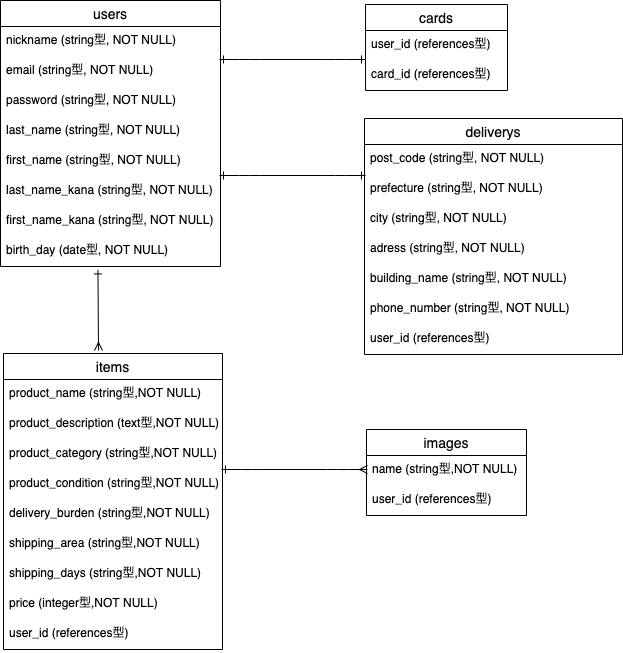
This is furima.drawio.png from kimurasouichi/furima-35237, a draw.io export, as it was before one commit. Source tidied: cells renumbered, new cells last; positions are measured from the earlier drawing's top-left corner, leaving out a move shared by most shapes.
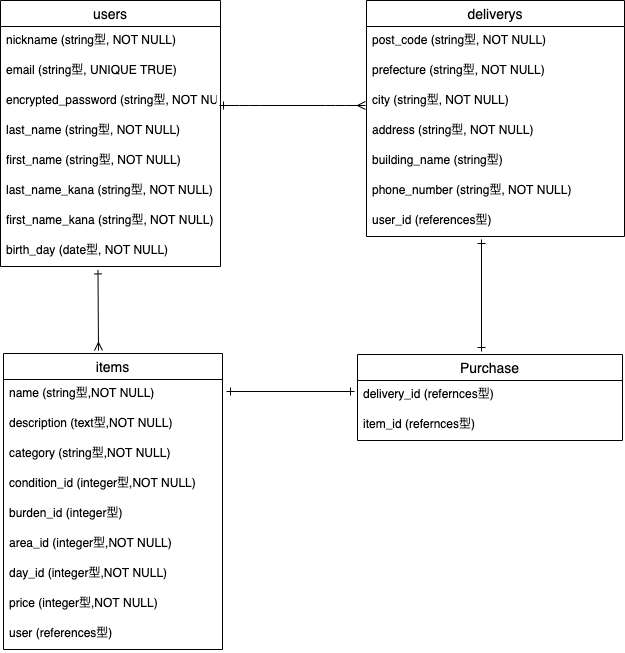
The same diagram one commit later.

Commit message:
レビューの修正

Diff of the diagram source:
```diff
@@ -8,10 +8,10 @@
     <mxCell id="3" value="nickname (string型, NOT NULL)" style="text;strokeColor=none;fillColor=none;spacingLeft=4;spacingRight=4;overflow=hidden;fontSize=12;" parent="2" vertex="1">
       <mxGeometry y="26" width="220" height="30" as="geometry" />
     </mxCell>
-    <mxCell id="4" value="email (string型, NOT NULL)" style="text;strokeColor=none;fillColor=none;spacingLeft=4;spacingRight=4;overflow=hidden;fontSize=12;" parent="2" vertex="1">
+    <mxCell id="4" value="email (string型, UNIQUE TRUE)" style="text;strokeColor=none;fillColor=none;spacingLeft=4;spacingRight=4;overflow=hidden;fontSize=12;" parent="2" vertex="1">
       <mxGeometry y="56" width="220" height="30" as="geometry" />
     </mxCell>
-    <mxCell id="5" value="password (string型, NOT NULL)" style="text;strokeColor=none;fillColor=none;spacingLeft=4;spacingRight=4;overflow=hidden;fontSize=12;" parent="2" vertex="1">
+    <mxCell id="5" value="encrypted_password (string型, NOT NULL)" style="text;strokeColor=none;fillColor=none;spacingLeft=4;spacingRight=4;overflow=hidden;fontSize=12;" parent="2" vertex="1">
       <mxGeometry y="86" width="220" height="30" as="geometry" />
     </mxCell>
     <mxCell id="6" value="last_name (string型, NOT NULL)" style="text;strokeColor=none;fillColor=none;spacingLeft=4;spacingRight=4;overflow=hidden;fontSize=12;" parent="2" vertex="1">
@@ -32,44 +32,35 @@
     <mxCell id="11" value="items" style="swimlane;fontStyle=0;horizontal=1;startSize=26;align=center;fontSize=14;fillColor=none;gradientColor=none;" parent="1" vertex="1">
       <mxGeometry x="3" y="353" width="219" height="296" as="geometry" />
     </mxCell>
-    <mxCell id="12" value="product_name (string型,NOT NULL)" style="text;strokeColor=none;fillColor=none;spacingLeft=4;spacingRight=4;overflow=hidden;fontSize=12;" parent="11" vertex="1">
+    <mxCell id="12" value="name (string型,NOT NULL)" style="text;strokeColor=none;fillColor=none;spacingLeft=4;spacingRight=4;overflow=hidden;fontSize=12;" parent="11" vertex="1">
       <mxGeometry y="26" width="219" height="30" as="geometry" />
     </mxCell>
-    <mxCell id="13" value="product_description (text型,NOT NULL) " style="text;strokeColor=none;fillColor=none;spacingLeft=4;spacingRight=4;overflow=hidden;fontSize=12;" parent="11" vertex="1">
+    <mxCell id="13" value="description (text型,NOT NULL) " style="text;strokeColor=none;fillColor=none;spacingLeft=4;spacingRight=4;overflow=hidden;fontSize=12;" parent="11" vertex="1">
       <mxGeometry y="56" width="219" height="30" as="geometry" />
     </mxCell>
-    <mxCell id="14" value="product_category (string型,NOT NULL)" style="text;strokeColor=none;fillColor=none;spacingLeft=4;spacingRight=4;overflow=hidden;fontSize=12;" parent="11" vertex="1">
+    <mxCell id="14" value="category (string型,NOT NULL)" style="text;strokeColor=none;fillColor=none;spacingLeft=4;spacingRight=4;overflow=hidden;fontSize=12;" parent="11" vertex="1">
       <mxGeometry y="86" width="219" height="30" as="geometry" />
     </mxCell>
-    <mxCell id="15" value="product_condition (string型,NOT NULL)" style="text;strokeColor=none;fillColor=none;spacingLeft=4;spacingRight=4;overflow=hidden;fontSize=12;" parent="11" vertex="1">
+    <mxCell id="15" value="condition_id (integer型,NOT NULL)" style="text;strokeColor=none;fillColor=none;spacingLeft=4;spacingRight=4;overflow=hidden;fontSize=12;" parent="11" vertex="1">
       <mxGeometry y="116" width="219" height="30" as="geometry" />
     </mxCell>
-    <mxCell id="16" value="delivery_burden (string型,NOT NULL)" style="text;strokeColor=none;fillColor=none;spacingLeft=4;spacingRight=4;overflow=hidden;fontSize=12;" parent="11" vertex="1">
+    <mxCell id="16" value="burden_id (integer型)" style="text;strokeColor=none;fillColor=none;spacingLeft=4;spacingRight=4;overflow=hidden;fontSize=12;" parent="11" vertex="1">
       <mxGeometry y="146" width="219" height="30" as="geometry" />
     </mxCell>
-    <mxCell id="17" value="shipping_area (string型,NOT NULL)" style="text;strokeColor=none;fillColor=none;spacingLeft=4;spacingRight=4;overflow=hidden;fontSize=12;" parent="11" vertex="1">
+    <mxCell id="17" value="area_id (integer型,NOT NULL)" style="text;strokeColor=none;fillColor=none;spacingLeft=4;spacingRight=4;overflow=hidden;fontSize=12;" parent="11" vertex="1">
       <mxGeometry y="176" width="219" height="30" as="geometry" />
     </mxCell>
-    <mxCell id="18" value="shipping_days (string型,NOT NULL)" style="text;strokeColor=none;fillColor=none;spacingLeft=4;spacingRight=4;overflow=hidden;fontSize=12;" parent="11" vertex="1">
+    <mxCell id="18" value="day_id (integer型,NOT NULL)" style="text;strokeColor=none;fillColor=none;spacingLeft=4;spacingRight=4;overflow=hidden;fontSize=12;" parent="11" vertex="1">
       <mxGeometry y="206" width="219" height="30" as="geometry" />
     </mxCell>
     <mxCell id="19" value="price (integer型,NOT NULL)" style="text;strokeColor=none;fillColor=none;spacingLeft=4;spacingRight=4;overflow=hidden;fontSize=12;" parent="11" vertex="1">
       <mxGeometry y="236" width="219" height="30" as="geometry" />
     </mxCell>
-    <mxCell id="20" value="user_id (references型)" style="text;strokeColor=none;fillColor=none;spacingLeft=4;spacingRight=4;overflow=hidden;fontSize=12;" parent="11" vertex="1">
+    <mxCell id="20" value="user (references型)" style="text;strokeColor=none;fillColor=none;spacingLeft=4;spacingRight=4;overflow=hidden;fontSize=12;" parent="11" vertex="1">
       <mxGeometry y="266" width="219" height="30" as="geometry" />
     </mxCell>
-    <mxCell id="21" value="cards" style="swimlane;fontStyle=0;horizontal=1;startSize=26;align=center;fontSize=14;" parent="1" vertex="1">
-      <mxGeometry x="365" y="4" width="142" height="86" as="geometry" />
-    </mxCell>
-    <mxCell id="22" value="user_id (references型)" style="text;strokeColor=none;fillColor=none;spacingLeft=4;spacingRight=4;overflow=hidden;fontSize=12;" parent="21" vertex="1">
-      <mxGeometry y="26" width="142" height="30" as="geometry" />
-    </mxCell>
-    <mxCell id="23" value="card_id (references型)" style="text;strokeColor=none;fillColor=none;spacingLeft=4;spacingRight=4;overflow=hidden;fontSize=12;" parent="21" vertex="1">
-      <mxGeometry y="56" width="142" height="30" as="geometry" />
-    </mxCell>
     <mxCell id="24" value="deliverys" style="swimlane;fontStyle=0;horizontal=1;startSize=26;align=center;fontSize=14;" parent="1" vertex="1">
-      <mxGeometry x="364" y="118" width="258" height="236" as="geometry" />
+      <mxGeometry x="366" width="258" height="236" as="geometry" />
     </mxCell>
     <mxCell id="25" value="post_code (string型, NOT NULL)" style="text;strokeColor=none;fillColor=none;spacingLeft=4;spacingRight=4;overflow=hidden;fontSize=12;" parent="24" vertex="1">
       <mxGeometry y="26" width="258" height="30" as="geometry" />
@@ -80,10 +71,10 @@
     <mxCell id="27" value="city (string型, NOT NULL)" style="text;strokeColor=none;fillColor=none;spacingLeft=4;spacingRight=4;overflow=hidden;fontSize=12;" parent="24" vertex="1">
       <mxGeometry y="86" width="258" height="30" as="geometry" />
     </mxCell>
-    <mxCell id="28" value="adress (string型, NOT NULL)" style="text;strokeColor=none;fillColor=none;spacingLeft=4;spacingRight=4;overflow=hidden;fontSize=12;" parent="24" vertex="1">
+    <mxCell id="28" value="address (string型, NOT NULL)" style="text;strokeColor=none;fillColor=none;spacingLeft=4;spacingRight=4;overflow=hidden;fontSize=12;" parent="24" vertex="1">
       <mxGeometry y="116" width="258" height="30" as="geometry" />
     </mxCell>
-    <mxCell id="29" value="building_name (string型, NOT NULL)" style="text;strokeColor=none;fillColor=none;spacingLeft=4;spacingRight=4;overflow=hidden;fontSize=12;" parent="24" vertex="1">
+    <mxCell id="29" value="building_name (string型)" style="text;strokeColor=none;fillColor=none;spacingLeft=4;spacingRight=4;overflow=hidden;fontSize=12;" parent="24" vertex="1">
       <mxGeometry y="146" width="258" height="30" as="geometry" />
     </mxCell>
     <mxCell id="30" value="phone_number (string型, NOT NULL)" style="text;strokeColor=none;fillColor=none;spacingLeft=4;spacingRight=4;overflow=hidden;fontSize=12;" parent="24" vertex="1">
@@ -92,16 +83,10 @@
     <mxCell id="31" value="user_id (references型)" style="text;strokeColor=none;fillColor=none;spacingLeft=4;spacingRight=4;overflow=hidden;fontSize=12;" parent="24" vertex="1">
       <mxGeometry y="206" width="258" height="30" as="geometry" />
     </mxCell>
-    <mxCell id="32" style="edgeStyle=entityRelationEdgeStyle;fontSize=12;html=1;endArrow=ERone;startArrow=ERone;endFill=0;startFill=0;" parent="1" edge="1">
-      <mxGeometry relative="1" as="geometry">
-        <mxPoint x="219" y="59" as="sourcePoint" />
-        <mxPoint x="365" y="59" as="targetPoint" />
-      </mxGeometry>
-    </mxCell>
-    <mxCell id="33" style="edgeStyle=entityRelationEdgeStyle;fontSize=12;html=1;endArrow=ERone;startArrow=ERone;endFill=0;startFill=0;" parent="1" edge="1">
+    <mxCell id="33" style="edgeStyle=entityRelationEdgeStyle;fontSize=12;html=1;endArrow=ERmany;startArrow=ERone;endFill=0;startFill=0;" parent="1" edge="1">
       <mxGeometry relative="1" as="geometry">
-        <mxPoint x="219" y="175" as="sourcePoint" />
-        <mxPoint x="365" y="175" as="targetPoint" />
+        <mxPoint x="219" y="105" as="sourcePoint" />
+        <mxPoint x="365" y="105" as="targetPoint" />
       </mxGeometry>
     </mxCell>
     <mxCell id="34" style="endArrow=ERone;html=1;rounded=0;startArrow=ERmany;startFill=0;endFill=0;entryX=0.443;entryY=1.114;entryDx=0;entryDy=0;entryPerimeter=0;" parent="1" edge="1" target="10">
@@ -109,20 +94,32 @@
         <mxPoint x="98" y="350" as="sourcePoint" />
       </mxGeometry>
     </mxCell>
-    <mxCell id="35" value="images" style="swimlane;fontStyle=0;horizontal=1;startSize=26;align=center;fontSize=14;" parent="1" vertex="1">
-      <mxGeometry x="366" y="429" width="160" height="86" as="geometry" />
-    </mxCell>
-    <mxCell id="36" value="name (string型,NOT NULL)" style="text;strokeColor=none;fillColor=none;spacingLeft=4;spacingRight=4;overflow=hidden;fontSize=12;" parent="35" vertex="1">
-      <mxGeometry y="26" width="160" height="30" as="geometry" />
-    </mxCell>
-    <mxCell id="37" value="user_id (references型)" style="text;strokeColor=none;fillColor=none;spacingLeft=4;spacingRight=4;overflow=hidden;fontSize=12;" parent="35" vertex="1">
-      <mxGeometry y="56" width="160" height="30" as="geometry" />
-    </mxCell>
-    <mxCell id="38" style="edgeStyle=entityRelationEdgeStyle;fontSize=12;html=1;endArrow=ERmany;startArrow=ERone;endFill=0;startFill=0;" parent="1" edge="1">
-      <mxGeometry relative="1" as="geometry">
-        <mxPoint x="221" y="469" as="sourcePoint" />
-        <mxPoint x="367" y="469" as="targetPoint" />
-      </mxGeometry>
-    </mxCell>
+    <mxCell id="39" value="Purchase" style="swimlane;fontStyle=0;horizontal=1;startSize=26;align=center;fontSize=14;" parent="1" vertex="1">
+      <mxGeometry x="357" y="354" width="265" height="86" as="geometry" />
+    </mxCell>
+    <mxCell id="40" value="delivery_id (refernces型)" style="text;strokeColor=none;fillColor=none;spacingLeft=4;spacingRight=4;overflow=hidden;fontSize=12;" parent="39" vertex="1">
+      <mxGeometry y="26" width="265" height="30" as="geometry" />
+    </mxCell>
+    <mxCell id="41" value="item_id (refernces型)" style="text;strokeColor=none;fillColor=none;spacingLeft=4;spacingRight=4;overflow=hidden;fontSize=12;" parent="39" vertex="1">
+      <mxGeometry y="56" width="265" height="30" as="geometry" />
+    </mxCell>
+    <mxCell id="42" style="endArrow=none;html=1;rounded=0;" parent="1" edge="1">
+      <mxGeometry relative="1" as="geometry">
+        <mxPoint x="410" y="236" as="sourcePoint" />
+        <mxPoint x="570" y="236" as="targetPoint" />
+      </mxGeometry>
+    </mxCell>
+    <mxCell id="43" style="endArrow=ERone;html=1;rounded=0;startArrow=ERone;startFill=0;endFill=0;" parent="1" edge="1">
+      <mxGeometry relative="1" as="geometry">
+        <mxPoint x="481" y="239" as="sourcePoint" />
+        <mxPoint x="481" y="351" as="targetPoint" />
+      </mxGeometry>
+    </mxCell>
+    <mxCell id="44" style="endArrow=ERone;html=1;rounded=0;endFill=0;startArrow=ERone;startFill=0;" parent="1" edge="1">
+      <mxGeometry relative="1" as="geometry">
+        <mxPoint x="226" y="391" as="sourcePoint" />
+        <mxPoint x="354" y="391" as="targetPoint" />
+      </mxGeometry>
+    </mxCell>
   </root>
 </mxGraphModel>
```
